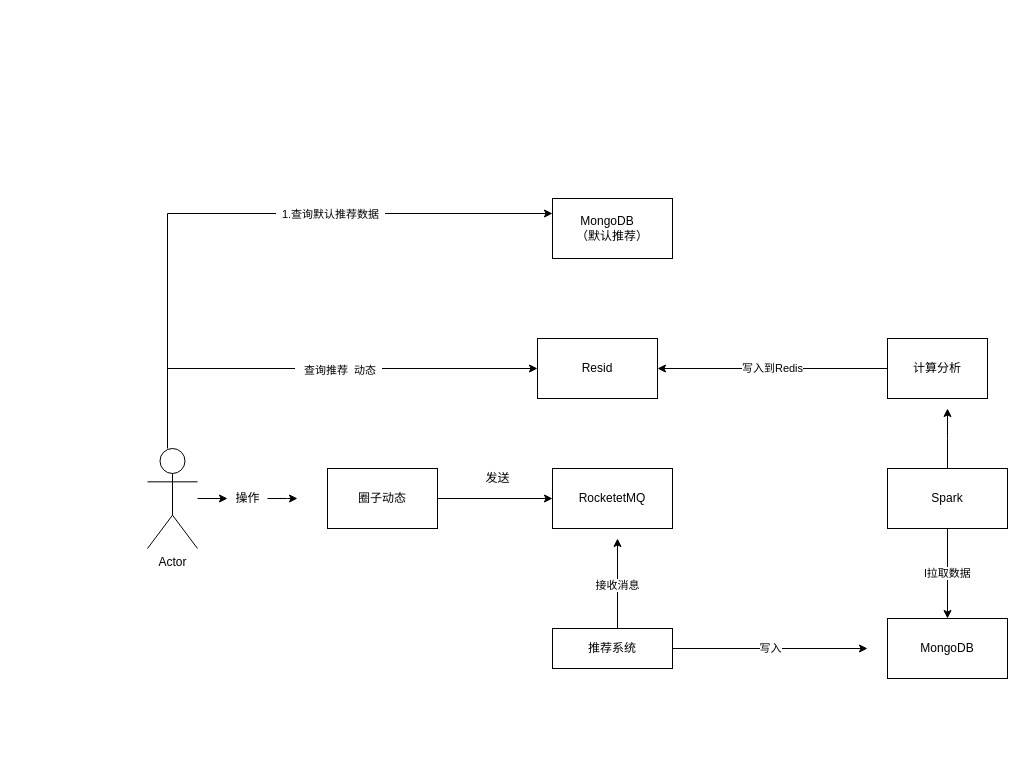
Before: Untitled Diagram.drawio in czwjclc/hello-word, a draw.io diagram. Source tidied: cells renumbered, new cells numbered last; positions are measured from the earlier drawing's top-left corner, leaving out a move shared by most shapes. Both pictures are drawn from the tidied source at 100%, with x=0, y=0 at pixel (147, 198).
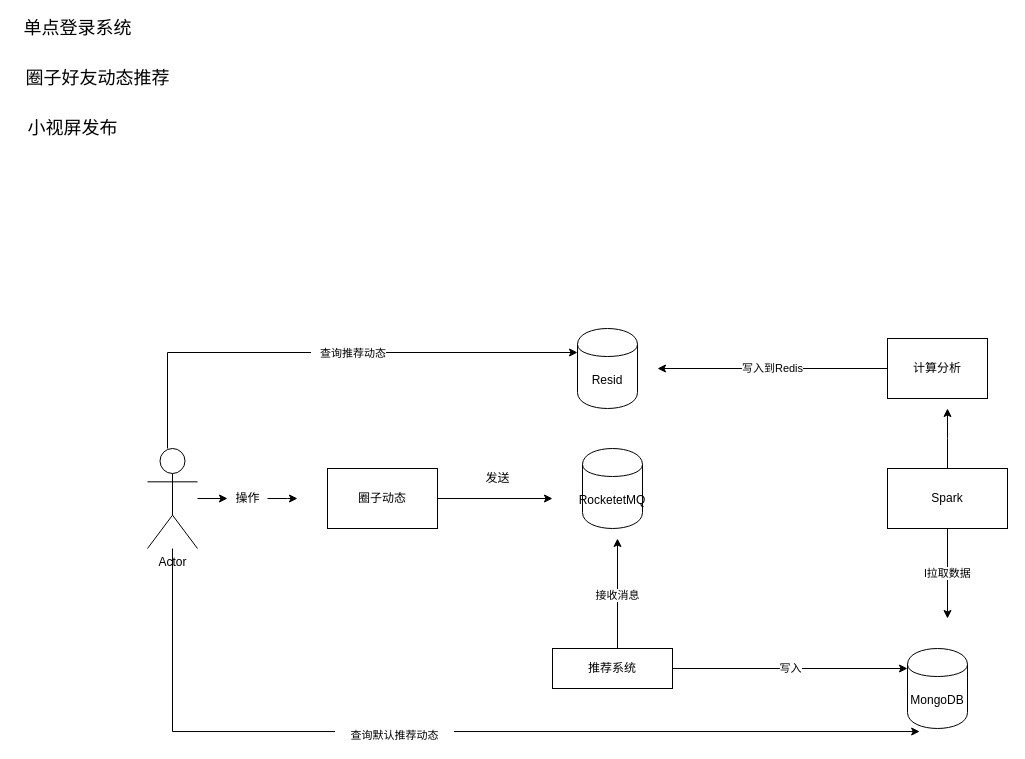
The same diagram, later.

The change refers to these unchanged cells:
```xml
<mxCell id="5" value="Actor" style="shape=umlActor;verticalLabelPosition=bottom;verticalAlign=top;html=1;outlineConnect=0;" parent="1" vertex="1">
  <mxGeometry y="250" width="50" height="100" as="geometry" />
</mxCell>
<mxCell id="7" value="&lt;font style=&quot;font-size: 12px&quot;&gt;圈子动态&lt;/font&gt;" style="rounded=0;whiteSpace=wrap;html=1;" parent="1" vertex="1">
  <mxGeometry x="180" y="270" width="110" height="60" as="geometry" />
</mxCell>
<mxCell id="20" value="Spark" style="whiteSpace=wrap;html=1;" parent="1" vertex="1">
  <mxGeometry x="740" y="270" width="120" height="60" as="geometry" />
</mxCell>
<mxCell id="22" value="计算分析" style="whiteSpace=wrap;html=1;" parent="1" vertex="1">
  <mxGeometry x="740" y="140" width="100" height="60" as="geometry" />
</mxCell>
```

Diff of the diagram source:
```diff
@@
-    <mxCell id="3" style="edgeStyle=elbowEdgeStyle;rounded=0;jettySize=auto;html=1;entryX=0;entryY=0.25;entryDx=0;entryDy=0;" parent="1" edge="1" source="5" target="8">
-      <mxGeometry relative="1" as="geometry">
-        <Array as="points">
-          <mxPoint x="20" y="60" />
-        </Array>
-      </mxGeometry>
-    </mxCell>
-    <mxCell id="4" value="&amp;nbsp; 1.查询默认推荐数据&amp;nbsp;&amp;nbsp;" style="edgeLabel;html=1;align=center;verticalAlign=middle;" parent="3" vertex="1">
-      <mxGeometry x="0.28" y="-1" relative="1" as="geometry" />
-    </mxCell>
+    <mxCell id="25" style="edgeStyle=elbowEdgeStyle;rounded=0;jettySize=auto;html=1;entryX=0.203;entryY=1.038;entryDx=0;entryDy=0;entryPerimeter=0;" parent="1" edge="1" source="5" target="17">
+      <mxGeometry relative="1" as="geometry">
+        <Array as="points">
+          <mxPoint x="25" y="450" />
+        </Array>
+      </mxGeometry>
+    </mxCell>
+    <mxCell id="26" value="&amp;nbsp; &amp;nbsp; &amp;nbsp;查询默认推荐动态&amp;nbsp; &amp;nbsp; &amp;nbsp;" style="edgeLabel;html=1;align=center;verticalAlign=middle;" parent="25" vertex="1">
+      <mxGeometry x="-0.13" y="-3" relative="1" as="geometry" />
+    </mxCell>
+    <mxCell id="27" style="edgeStyle=elbowEdgeStyle;rounded=0;jettySize=auto;html=1;entryX=0;entryY=0.3;entryDx=0;entryDy=0;" parent="1" edge="1" source="5" target="9">
+      <mxGeometry relative="1" as="geometry">
+        <Array as="points">
+          <mxPoint x="20" y="210" />
+        </Array>
+      </mxGeometry>
+    </mxCell>
+    <mxCell id="28" style="edgeLabel;html=1;align=center;verticalAlign=middle;" parent="27" vertex="1">
+      <mxGeometry x="0.08" y="-1" relative="1" as="geometry" />
+    </mxCell>
+    <mxCell id="29" value="&amp;nbsp; &amp;nbsp;查询推荐动态" style="edgeLabel;html=1;align=center;verticalAlign=middle;" parent="27" vertex="1">
+      <mxGeometry x="0.09" relative="1" as="geometry" />
+    </mxCell>
@@
-    <mxCell id="6" style="edgeStyle=orthogonalEdgeStyle;rounded=0;jettySize=auto;html=1;exitX=1;exitY=0.5;exitDx=0;exitDy=0;entryX=0;entryY=0.5;entryDx=0;entryDy=0;" parent="1" edge="1" source="7" target="10">
-      <mxGeometry relative="1" as="geometry" />
+    <mxCell id="6" style="edgeStyle=orthogonalEdgeStyle;rounded=0;jettySize=auto;html=1;exitX=1;exitY=0.5;exitDx=0;exitDy=0;entryX=0;entryY=0.5;entryDx=0;entryDy=0;" parent="1" edge="1" source="7">
+      <mxGeometry relative="1" as="geometry">
+        <mxPoint x="405" y="300" as="targetPoint" />
+      </mxGeometry>
     </mxCell>
@@
-    <mxCell id="8" value="MongoDB&amp;nbsp; &amp;nbsp;&lt;br&gt;（默认推荐）" style="rounded=0;whiteSpace=wrap;html=1;" parent="1" vertex="1">
-      <mxGeometry x="405" width="120" height="60" as="geometry" />
-    </mxCell>
-    <mxCell id="9" value="Resid" style="rounded=0;whiteSpace=wrap;html=1;" parent="1" vertex="1">
-      <mxGeometry x="390" y="140" width="120" height="60" as="geometry" />
-    </mxCell>
-    <mxCell id="10" value="RocketetMQ" style="rounded=0;whiteSpace=wrap;html=1;" parent="1" vertex="1">
-      <mxGeometry x="405" y="270" width="120" height="60" as="geometry" />
-    </mxCell>
@@
-    <mxCell id="12" style="endArrow=classic;html=1;" parent="1" edge="1">
-      <mxGeometry relative="1" as="geometry">
-        <mxPoint x="20" y="170" as="sourcePoint" />
-        <mxPoint x="390" y="170" as="targetPoint" />
-      </mxGeometry>
-    </mxCell>
-    <mxCell id="13" value="&amp;nbsp; &amp;nbsp;查询推荐&amp;nbsp; 动态&amp;nbsp;&amp;nbsp;" style="edgeLabel;html=1;align=center;verticalAlign=middle;" parent="12" vertex="1">
-      <mxGeometry x="-0.08" y="-1" relative="1" as="geometry" />
-    </mxCell>
@@
-    <mxCell id="15" value="写入" style="edgeStyle=elbowEdgeStyle;rounded=0;jettySize=auto;html=1;" parent="1" edge="1" source="16">
+    <mxCell id="15" value="写入" style="edgeStyle=elbowEdgeStyle;rounded=0;jettySize=auto;html=1;" parent="1" edge="1" source="16" target="17">
       <mxGeometry relative="1" as="geometry">
-        <mxPoint x="720" y="450" as="targetPoint" />
+        <Array as="points">
+          <mxPoint x="760" y="470" />
+        </Array>
       </mxGeometry>
     </mxCell>
     <mxCell id="16" value="推荐系统" style="whiteSpace=wrap;html=1;" parent="1" vertex="1">
-      <mxGeometry x="405" y="430" width="120" height="40" as="geometry" />
+      <mxGeometry x="405" y="450" width="120" height="40" as="geometry" />
     </mxCell>
-    <mxCell id="17" value="MongoDB" style="whiteSpace=wrap;html=1;" parent="1" vertex="1">
-      <mxGeometry x="740" y="420" width="120" height="60" as="geometry" />
-    </mxCell>
@@
-    <mxCell id="19" value="l拉取数据" style="edgeStyle=elbowEdgeStyle;rounded=0;jettySize=auto;html=1;entryX=0.5;entryY=0;entryDx=0;entryDy=0;" parent="1" edge="1" source="20" target="17">
-      <mxGeometry relative="1" as="geometry" />
+    <mxCell id="19" value="l拉取数据" style="edgeStyle=elbowEdgeStyle;rounded=0;jettySize=auto;html=1;entryX=0.5;entryY=0;entryDx=0;entryDy=0;" parent="1" edge="1" source="20">
+      <mxGeometry relative="1" as="geometry">
+        <mxPoint x="800" y="420" as="targetPoint" />
+      </mxGeometry>
     </mxCell>
@@
-    <mxCell id="21" value="写入到Redis" style="edgeStyle=elbowEdgeStyle;rounded=0;jettySize=auto;html=1;entryX=1;entryY=0.5;entryDx=0;entryDy=0;" parent="1" edge="1" source="22" target="9">
-      <mxGeometry relative="1" as="geometry" />
+    <mxCell id="21" value="写入到Redis" style="edgeStyle=elbowEdgeStyle;rounded=0;jettySize=auto;html=1;entryX=1;entryY=0.5;entryDx=0;entryDy=0;" parent="1" edge="1" source="22">
+      <mxGeometry relative="1" as="geometry">
+        <mxPoint x="510" y="170" as="targetPoint" />
+      </mxGeometry>
     </mxCell>
@@
+    <mxCell id="30" value="&lt;font style=&quot;font-size: 18px&quot;&gt;单点登录系统&lt;/font&gt;" style="text;html=1;align=center;verticalAlign=middle;" parent="1" vertex="1">
+      <mxGeometry x="-130" y="-180" width="120" height="20" as="geometry" />
+    </mxCell>
+    <mxCell id="31" value="&lt;span style=&quot;font-size: 18px&quot;&gt;圈子好友动态推荐&lt;/span&gt;" style="text;html=1;align=center;verticalAlign=middle;" parent="1" vertex="1">
+      <mxGeometry x="-130" y="-130" width="160" height="20" as="geometry" />
+    </mxCell>
+    <mxCell id="32" value="&lt;font style=&quot;font-size: 18px&quot;&gt;小视屏发布&lt;/font&gt;" style="text;html=1;align=center;verticalAlign=middle;" parent="1" vertex="1">
+      <mxGeometry x="-130" y="-80" width="110" height="20" as="geometry" />
+    </mxCell>
+    <mxCell id="10" value="&lt;span&gt;RocketetMQ&lt;/span&gt;" style="shape=cylinder;whiteSpace=wrap;html=1;boundedLbl=1;backgroundOutline=1;" parent="1" vertex="1">
+      <mxGeometry x="435" y="250" width="60" height="80" as="geometry" />
+    </mxCell>
+    <mxCell id="9" value="&lt;span&gt;Resid&lt;/span&gt;" style="shape=cylinder;whiteSpace=wrap;html=1;boundedLbl=1;backgroundOutline=1;" parent="1" vertex="1">
+      <mxGeometry x="430" y="130" width="60" height="80" as="geometry" />
+    </mxCell>
+    <mxCell id="17" value="&lt;span&gt;MongoDB&lt;/span&gt;" style="shape=cylinder;whiteSpace=wrap;html=1;boundedLbl=1;backgroundOutline=1;" parent="1" vertex="1">
+      <mxGeometry x="760" y="450" width="60" height="80" as="geometry" />
+    </mxCell>
```
